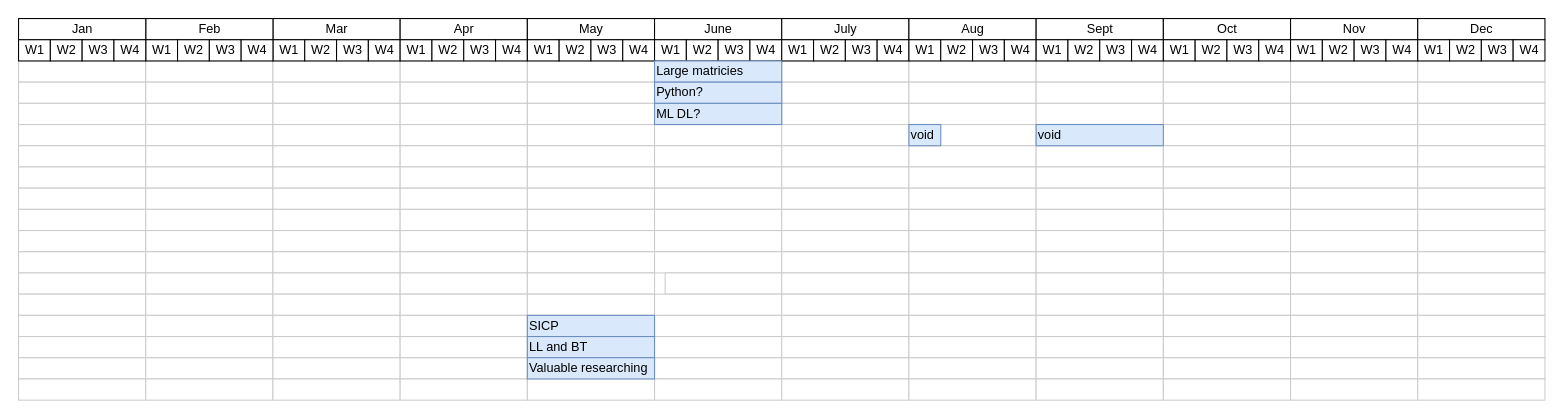
AEduardovich/Diagrams.drawio keeps this draw.io diagram as Table.drawio. Above is the earlier version. Source tidied: cells renumbered, new cells numbered last; positions are measured from the earlier drawing's top-left corner, leaving out a move shared by most shapes. Both pictures are drawn from the tidied source at 106%, with x=0, y=0 at pixel (18, 18).
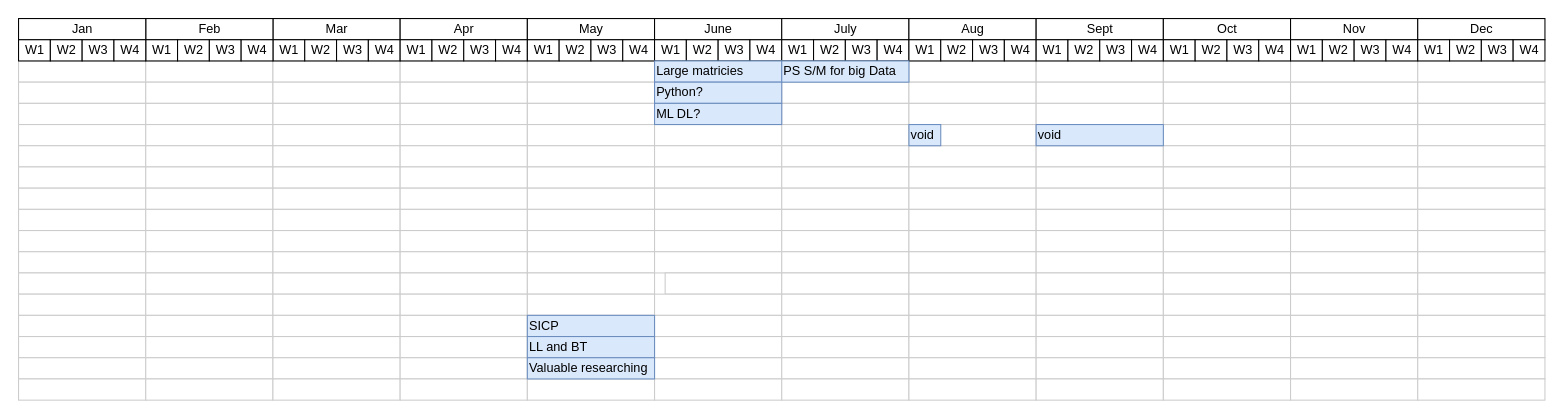
The same page after the edit.

What changed in the source:
```diff
@@
+    <mxCell id="262" value="PS S/M for big Data" style="align=left;strokeColor=#6c8ebf;html=1;fillColor=#dae8fc;" parent="1" vertex="1">
+      <mxGeometry x="720" y="40" width="120" height="20" as="geometry" />
+    </mxCell>
```
